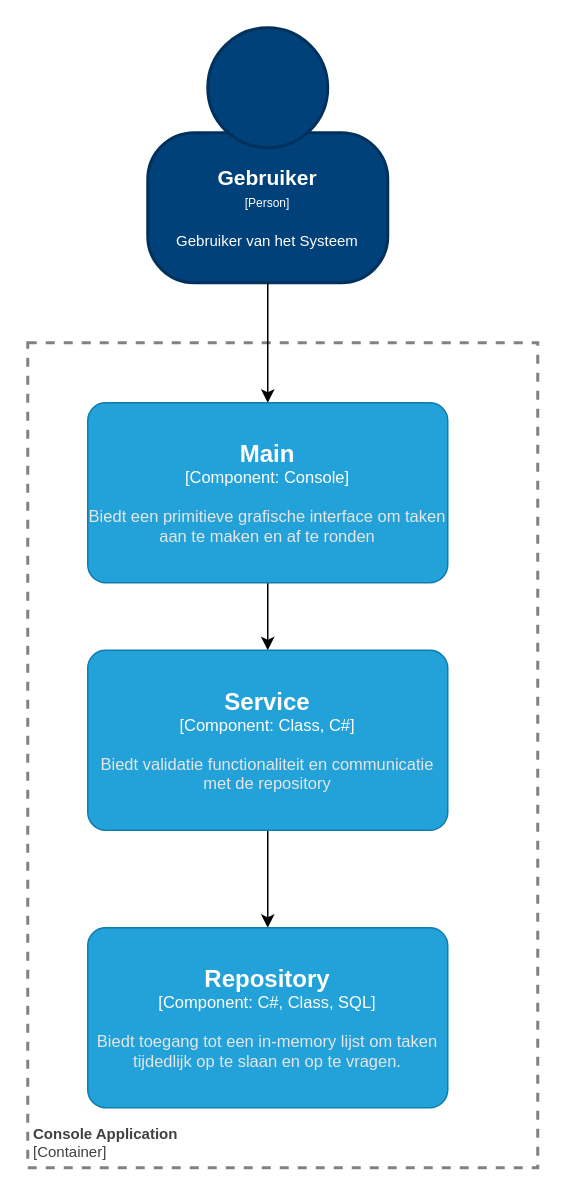
Earlier version of the draw.io diagram page "Component Diagram Console Applicatie" (5 of 5) of 2324 semester 2/Diagrammen/C4 model/ToDo Application C4-model.drawio (Windesheim-HBO-ICT/cs_studenten). Source tidied: cells renumbered, new cells numbered last; positions are measured from the earlier drawing's top-left corner, leaving out a move shared by most shapes. Both pictures are drawn from the tidied source at 150%, with x=0, y=0 at pixel (27, 27).
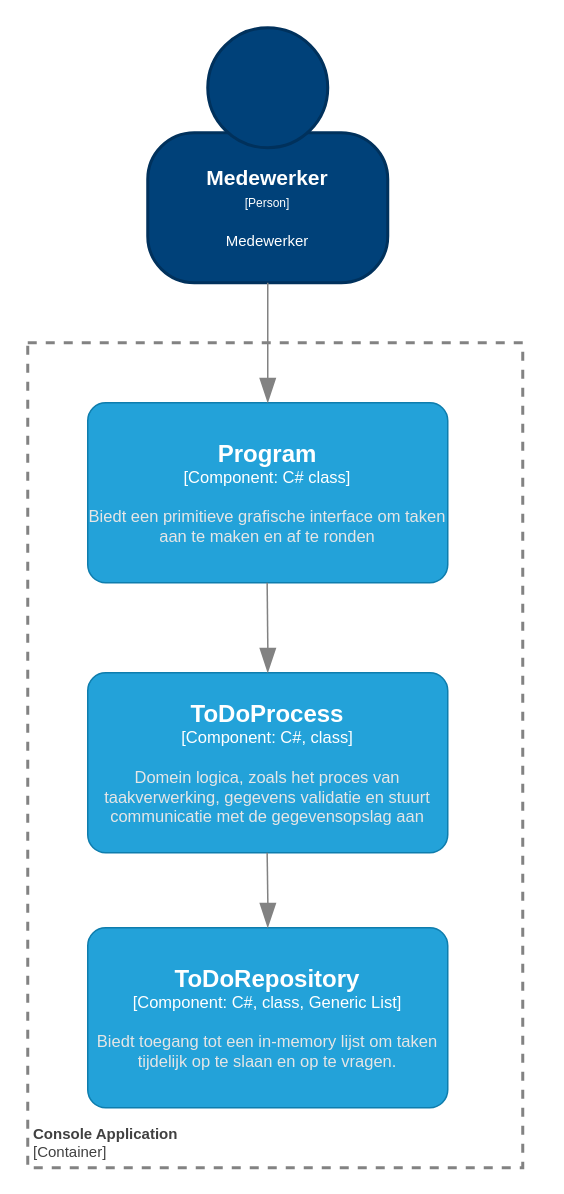
The same page after the edit.

Diff of the diagram source:
```diff
@@
 <mxGraphModel>
   <root>
     <mxCell id="0" />
     <mxCell id="1" parent="0" />
     <mxCell id="2" style="group;" parent="1" vertex="1">
       <mxGeometry x="80" width="160" height="170" as="geometry" />
     </mxCell>
-    <object id="3" label="&lt;div style=&quot;color: rgb(255 , 255 , 255) ; white-space: normal&quot;&gt;&lt;span style=&quot;font-size: 14px&quot;&gt;&lt;b&gt;%name%&lt;/b&gt;&lt;/span&gt;&lt;/div&gt;&lt;div style=&quot;color: rgb(255 , 255 , 255) ; white-space: normal&quot;&gt;&lt;font style=&quot;font-size: 8px&quot;&gt;[Person]&lt;/font&gt;&lt;/div&gt;&lt;div style=&quot;color: rgb(255 , 255 , 255) ; white-space: normal ; font-size: 8px&quot;&gt;&lt;span style=&quot;font-size: x-small&quot;&gt;&lt;br&gt;&lt;/span&gt;&lt;/div&gt;&lt;div style=&quot;color: rgb(255 , 255 , 255) ; white-space: normal&quot;&gt;&lt;font size=&quot;1&quot;&gt;%description%&lt;/font&gt;&lt;/div&gt;" description="Gebruiker van het Systeem" name="Gebruiker" placeholders="1">
+    <object id="3" label="&lt;div style=&quot;color: rgb(255 , 255 , 255) ; white-space: normal&quot;&gt;&lt;span style=&quot;font-size: 14px&quot;&gt;&lt;b&gt;%name%&lt;/b&gt;&lt;/span&gt;&lt;/div&gt;&lt;div style=&quot;color: rgb(255 , 255 , 255) ; white-space: normal&quot;&gt;&lt;font style=&quot;font-size: 8px&quot;&gt;[Person]&lt;/font&gt;&lt;/div&gt;&lt;div style=&quot;color: rgb(255 , 255 , 255) ; white-space: normal ; font-size: 8px&quot;&gt;&lt;span style=&quot;font-size: x-small&quot;&gt;&lt;br&gt;&lt;/span&gt;&lt;/div&gt;&lt;div style=&quot;color: rgb(255 , 255 , 255) ; white-space: normal&quot;&gt;&lt;font size=&quot;1&quot;&gt;%description%&lt;/font&gt;&lt;/div&gt;" description="Medewerker" name="Medewerker" placeholders="1">
       <mxCell style="rounded=1;whiteSpace=wrap;html=1;strokeColor=#00315C;fillColor=#004179;fontColor=#000000;arcSize=31;strokeWidth=2;" parent="2" vertex="1">
         <mxGeometry y="70" width="160" height="100" as="geometry" />
       </mxCell>
     </object>
     <mxCell id="4" style="ellipse;whiteSpace=wrap;html=1;strokeColor=#00315C;fillColor=#004179;fontColor=#000000;strokeWidth=2;" parent="2" vertex="1">
       <mxGeometry x="40" width="80" height="80" as="geometry" />
     </mxCell>
     <object id="5" label="&lt;font style=&quot;font-size: 10px&quot;&gt;&lt;b&gt;%name%&lt;/b&gt;&lt;br style=&quot;font-size: 10px&quot;&gt;[Container]&lt;/font&gt;" name="Console Application" placeholders="1">
       <mxCell style="rounded=0;whiteSpace=wrap;html=1;strokeColor=#828282;fillColor=none;fontColor=#404040;align=left;labelPosition=center;verticalLabelPosition=middle;verticalAlign=bottom;dashed=1;strokeWidth=2;perimeterSpacing=0;spacing=4;spacingTop=0;fontSize=10;" parent="1" vertex="1">
-        <mxGeometry y="210" width="340" height="550" as="geometry" />
+        <mxGeometry y="210" width="330" height="550" as="geometry" />
       </mxCell>
     </object>
-    <mxCell id="6" style="edgeStyle=orthogonalEdgeStyle;rounded=0;jettySize=auto;html=1;" parent="1" edge="1" source="7" target="10">
-      <mxGeometry relative="1" as="geometry" />
-    </mxCell>
-    <object id="7" label="&lt;font style=&quot;font-size: 16px&quot;&gt;&lt;b&gt;%c4Name%&lt;/b&gt;&lt;/font&gt;&lt;div&gt;[%c4Type%: %c4Technology%]&lt;/div&gt;&lt;br&gt;&lt;div&gt;&lt;font style=&quot;font-size: 11px&quot;&gt;&lt;font color=&quot;#E6E6E6&quot;&gt;%c4Description%&lt;/font&gt;&lt;/div&gt;" c4Description="Biedt een primitieve grafische interface om taken aan te maken en af te ronden" c4Name="Main" c4Technology="Console" c4Type="Component" placeholders="1">
+    <object id="7" label="&lt;font style=&quot;font-size: 16px&quot;&gt;&lt;b&gt;%c4Name%&lt;/b&gt;&lt;/font&gt;&lt;div&gt;[%c4Type%: %c4Technology%]&lt;/div&gt;&lt;br&gt;&lt;div&gt;&lt;font style=&quot;font-size: 11px&quot;&gt;&lt;font color=&quot;#E6E6E6&quot;&gt;%c4Description%&lt;/font&gt;&lt;/div&gt;" c4Description="Biedt een primitieve grafische interface om taken aan te maken en af te ronden" c4Name="Program" c4Technology="C# class" c4Type="Component" placeholders="1">
       <mxCell style="rounded=1;whiteSpace=wrap;html=1;fontSize=11;labelBackgroundColor=none;fillColor=#23A2D9;fontColor=#ffffff;align=center;arcSize=10;strokeColor=#0E7DAD;points=[[0.25,0,0],[0.5,0,0],[0.75,0,0],[1,0.25,0],[1,0.5,0],[1,0.75,0],[0.75,1,0],[0.5,1,0],[0.25,1,0],[0,0.75,0],[0,0.5,0],[0,0.25,0]];" parent="1" vertex="1">
         <mxGeometry x="40" y="250" width="240" height="120" as="geometry" />
       </mxCell>
     </object>
-    <mxCell id="8" style="edgeStyle=orthogonalEdgeStyle;rounded=0;jettySize=auto;html=1;entryX=0.5;entryY=0;entryDx=0;entryDy=0;entryPerimeter=0;" parent="1" edge="1" source="3" target="7">
-      <mxGeometry relative="1" as="geometry" />
-    </mxCell>
-    <mxCell id="9" style="edgeStyle=orthogonalEdgeStyle;rounded=0;jettySize=auto;html=1;" parent="1" edge="1" source="10" target="11">
-      <mxGeometry relative="1" as="geometry" />
-    </mxCell>
-    <object id="10" label="&lt;font style=&quot;font-size: 16px&quot;&gt;&lt;b&gt;%c4Name%&lt;/b&gt;&lt;/font&gt;&lt;div&gt;[%c4Type%: %c4Technology%]&lt;/div&gt;&lt;br&gt;&lt;div&gt;&lt;font style=&quot;font-size: 11px&quot;&gt;&lt;font color=&quot;#E6E6E6&quot;&gt;%c4Description%&lt;/font&gt;&lt;/div&gt;" c4Description="Biedt validatie functionaliteit en communicatie met de repository   " c4Name="Service" c4Technology="Class, C#" c4Type="Component" placeholders="1">
+    <object id="10" label="&lt;font style=&quot;font-size: 16px&quot;&gt;&lt;b&gt;%c4Name%&lt;/b&gt;&lt;/font&gt;&lt;div&gt;[%c4Type%: %c4Technology%]&lt;/div&gt;&lt;br&gt;&lt;div&gt;&lt;font style=&quot;font-size: 11px&quot;&gt;&lt;font color=&quot;#E6E6E6&quot;&gt;%c4Description%&lt;/font&gt;&lt;/div&gt;" c4Description="Domein logica, zoals het proces van taakverwerking, gegevens validatie en stuurt communicatie met de gegevensopslag aan   " c4Name="ToDoProcess" c4Technology="C#, class" c4Type="Component" placeholders="1">
       <mxCell style="rounded=1;whiteSpace=wrap;html=1;fontSize=11;labelBackgroundColor=none;fillColor=#23A2D9;fontColor=#ffffff;align=center;arcSize=10;strokeColor=#0E7DAD;points=[[0.25,0,0],[0.5,0,0],[0.75,0,0],[1,0.25,0],[1,0.5,0],[1,0.75,0],[0.75,1,0],[0.5,1,0],[0.25,1,0],[0,0.75,0],[0,0.5,0],[0,0.25,0]];" parent="1" vertex="1">
-        <mxGeometry x="40" y="415" width="240" height="120" as="geometry" />
+        <mxGeometry x="40" y="430" width="240" height="120" as="geometry" />
       </mxCell>
     </object>
-    <object id="11" label="&lt;font style=&quot;font-size: 16px&quot;&gt;&lt;b&gt;%c4Name%&lt;/b&gt;&lt;/font&gt;&lt;div&gt;[%c4Type%: %c4Technology%]&lt;/div&gt;&lt;br&gt;&lt;div&gt;&lt;font style=&quot;font-size: 11px&quot;&gt;&lt;font color=&quot;#E6E6E6&quot;&gt;%c4Description%&lt;/font&gt;&lt;/div&gt;" c4Description="Biedt toegang tot een in-memory lijst om taken tijdedlijk op te slaan en op te vragen." c4Name="Repository" c4Technology="C#, Class, SQL" c4Type="Component" placeholders="1">
+    <object id="11" label="&lt;font style=&quot;font-size: 16px&quot;&gt;&lt;b&gt;%c4Name%&lt;/b&gt;&lt;/font&gt;&lt;div&gt;[%c4Type%: %c4Technology%]&lt;/div&gt;&lt;br&gt;&lt;div&gt;&lt;font style=&quot;font-size: 11px&quot;&gt;&lt;font color=&quot;#E6E6E6&quot;&gt;%c4Description%&lt;/font&gt;&lt;/div&gt;" c4Description="Biedt toegang tot een in-memory lijst om taken tijdelijk op te slaan en op te vragen." c4Name="ToDoRepository" c4Technology="C#, class, Generic List" c4Type="Component" placeholders="1">
       <mxCell style="rounded=1;whiteSpace=wrap;html=1;fontSize=11;labelBackgroundColor=none;fillColor=#23A2D9;fontColor=#ffffff;align=center;arcSize=10;strokeColor=#0E7DAD;points=[[0.25,0,0],[0.5,0,0],[0.75,0,0],[1,0.25,0],[1,0.5,0],[1,0.75,0],[0.75,1,0],[0.5,1,0],[0.25,1,0],[0,0.75,0],[0,0.5,0],[0,0.25,0]];" parent="1" vertex="1">
         <mxGeometry x="40" y="600" width="240" height="120" as="geometry" />
       </mxCell>
     </object>
+    <mxCell id="8" style="endArrow=blockThin;html=1;fontSize=10;fontColor=#404040;strokeWidth=1;endFill=1;strokeColor=#828282;elbow=vertical;endSize=14;startSize=14;jumpStyle=arc;jumpSize=16;rounded=0;edgeStyle=orthogonalEdgeStyle;exitX=0.5;exitY=1;exitDx=0;exitDy=0;" parent="1" edge="1" source="3" target="7">
+      <mxGeometry relative="1" as="geometry" />
+    </mxCell>
+    <mxCell id="12" style="endArrow=blockThin;html=1;fontSize=10;fontColor=#404040;strokeWidth=1;endFill=1;strokeColor=#828282;elbow=vertical;endSize=14;startSize=14;jumpStyle=arc;jumpSize=16;rounded=0;edgeStyle=orthogonalEdgeStyle;entryX=0.5;entryY=0;entryDx=0;entryDy=0;entryPerimeter=0;" parent="1" edge="1" target="10">
+      <mxGeometry relative="1" as="geometry">
+        <mxPoint x="159.6" y="370" as="sourcePoint" />
+      </mxGeometry>
+    </mxCell>
+    <mxCell id="13" style="endArrow=blockThin;html=1;fontSize=10;fontColor=#404040;strokeWidth=1;endFill=1;strokeColor=#828282;elbow=vertical;endSize=14;startSize=14;jumpStyle=arc;jumpSize=16;rounded=0;edgeStyle=orthogonalEdgeStyle;entryX=0.5;entryY=0;entryDx=0;entryDy=0;entryPerimeter=0;" parent="1" edge="1" target="11">
+      <mxGeometry relative="1" as="geometry">
+        <mxPoint x="159.6" y="550" as="sourcePoint" />
+      </mxGeometry>
+    </mxCell>
   </root>
 </mxGraphModel>
```
